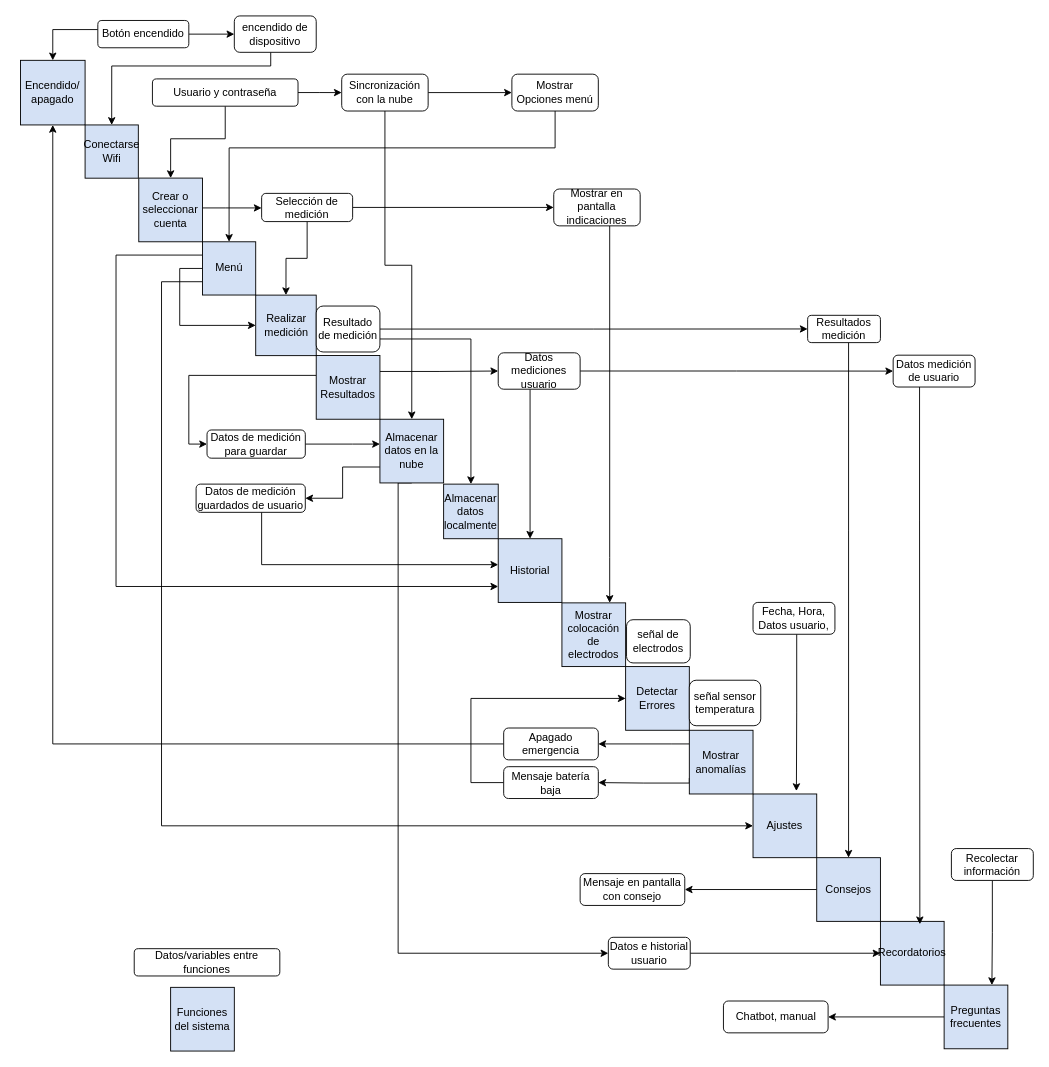
This is segunda_fase/Arquitecturas de software/Diagrama de InterfacesN2Chart.drawio from Angeloib98/BIATRONIC, a draw.io file, before an edit. Source tidied: cells renumbered, new cells numbered last; positions are measured from the earlier drawing's top-left corner, leaving out a move shared by most shapes. Both pictures are drawn from the tidied source at 91%, with x=0, y=0 at pixel (20, 15).
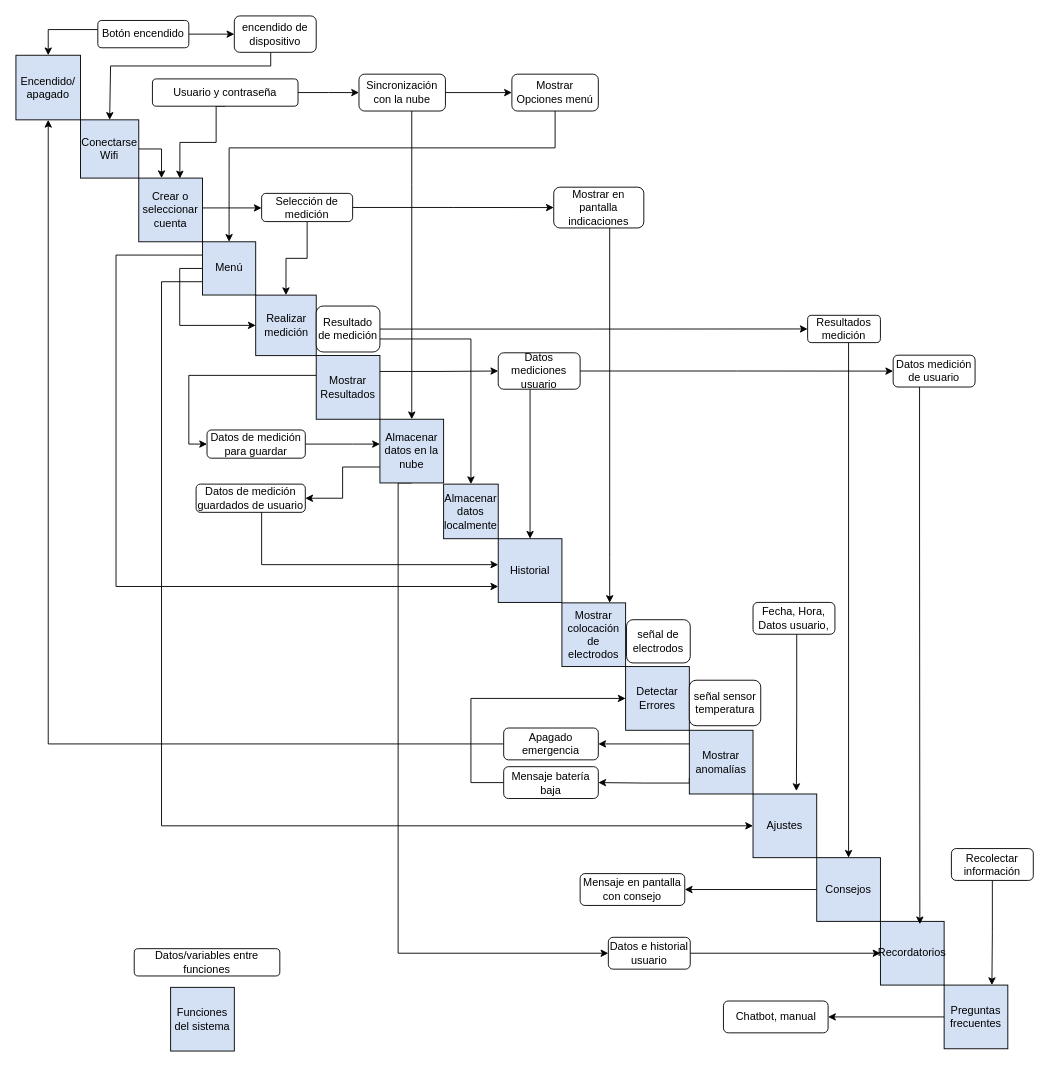
Above is the later version.

The change refers to these unchanged cells:
```xml
<mxCell id="3" value="Crear o seleccionar cuenta" style="whiteSpace=wrap;html=1;fillColor=#D4E1F5;" parent="1" vertex="1">
  <mxGeometry x="130" y="178.2" width="70" height="70" as="geometry" />
</mxCell>
<mxCell id="11" value="Almacenar datos en la nube" style="whiteSpace=wrap;html=1;fillColor=#D4E1F5;" parent="1" vertex="1">
  <mxGeometry x="395" y="443.2" width="70" height="70" as="geometry" />
</mxCell>
<mxCell id="22" value="Usuario y contraseña" style="rounded=1;whiteSpace=wrap;html=1;" parent="1" vertex="1">
  <mxGeometry x="145" y="69.2" width="160" height="30" as="geometry" />
</mxCell>
<mxCell id="60" value="Botón encendido" style="rounded=1;whiteSpace=wrap;html=1;" parent="1" vertex="1">
  <mxGeometry x="85" y="5" width="100" height="30" as="geometry" />
</mxCell>
<mxCell id="71" value="encendido de dispositivo" style="rounded=1;whiteSpace=wrap;html=1;" parent="1" vertex="1">
  <mxGeometry x="235" width="90" height="40" as="geometry" />
</mxCell>
```

The edit, as a diff of the source:
```diff
@@
+    <mxCell id="21" style="edgeStyle=orthogonalEdgeStyle;rounded=0;jettySize=auto;html=1;entryX=0;entryY=0.5;entryDx=0;entryDy=0;" parent="1" edge="1" source="22" target="63">
+      <mxGeometry relative="1" as="geometry" />
+    </mxCell>
-    <mxCell id="20" style="edgeStyle=orthogonalEdgeStyle;rounded=0;jettySize=auto;html=1;entryX=0.5;entryY=0;entryDx=0;entryDy=0;" parent="1" edge="1" source="22" target="3">
+    <mxCell id="20" style="edgeStyle=orthogonalEdgeStyle;rounded=0;jettySize=auto;html=1;exitX=0.5;exitY=1;exitDx=0;exitDy=0;entryX=0.645;entryY=0.005;entryDx=0;entryDy=0;entryPerimeter=0;" parent="1" edge="1" source="22" target="3">
       <mxGeometry relative="1" as="geometry">
         <Array as="points">
-          <mxPoint x="225" y="135" />
-          <mxPoint x="165" y="135" />
+          <mxPoint x="215" y="99" />
+          <mxPoint x="215" y="139" />
+          <mxPoint x="175" y="139" />
         </Array>
       </mxGeometry>
     </mxCell>
-    <mxCell id="21" style="edgeStyle=orthogonalEdgeStyle;rounded=0;jettySize=auto;html=1;entryX=0;entryY=0.5;entryDx=0;entryDy=0;" parent="1" edge="1" source="22" target="63">
-      <mxGeometry relative="1" as="geometry" />
-    </mxCell>
@@
     <mxCell id="40" value="Mostrar en pantalla indicaciones" style="rounded=1;whiteSpace=wrap;html=1;" parent="1" vertex="1">
-      <mxGeometry x="586" y="190.2" width="95" height="40.5" as="geometry" />
+      <mxGeometry x="586" y="188.2" width="99" height="44.8" as="geometry" />
     </mxCell>
@@
     <mxCell id="57" value="Encendido/&lt;br&gt;apagado" style="whiteSpace=wrap;html=1;fillColor=#D4E1F5;" parent="1" vertex="1">
-      <mxGeometry y="48.8" width="71" height="71" as="geometry" />
+      <mxGeometry x="-5" y="43.2" width="71" height="71" as="geometry" />
     </mxCell>
     <mxCell id="58" style="edgeStyle=orthogonalEdgeStyle;rounded=0;jettySize=auto;html=1;entryX=0.5;entryY=0;entryDx=0;entryDy=0;" parent="1" edge="1" source="60" target="57">
       <mxGeometry relative="1" as="geometry">
         <Array as="points">
-          <mxPoint x="35" y="15" />
+          <mxPoint x="30" y="15" />
         </Array>
       </mxGeometry>
     </mxCell>
@@
     <mxCell id="62" style="edgeStyle=orthogonalEdgeStyle;rounded=0;jettySize=auto;html=1;entryX=0.5;entryY=0;entryDx=0;entryDy=0;" parent="1" edge="1" source="63" target="11">
       <mxGeometry relative="1" as="geometry">
         <Array as="points">
-          <mxPoint x="401" y="274" />
-          <mxPoint x="430" y="274" />
+          <mxPoint x="430" y="185" />
+          <mxPoint x="430" y="185" />
         </Array>
       </mxGeometry>
     </mxCell>
     <mxCell id="63" value="Sincronización con la nube" style="rounded=1;whiteSpace=wrap;html=1;" parent="1" vertex="1">
-      <mxGeometry x="353" y="64" width="95" height="40.5" as="geometry" />
+      <mxGeometry x="372" y="64" width="95" height="40.5" as="geometry" />
     </mxCell>
@@
+    <mxCell id="78" style="edgeStyle=orthogonalEdgeStyle;rounded=0;jettySize=auto;html=1;" parent="1" edge="1" source="67" target="3">
+      <mxGeometry relative="1" as="geometry">
+        <Array as="points">
+          <mxPoint x="155" y="146" />
+        </Array>
+      </mxGeometry>
+    </mxCell>
     <mxCell id="67" value="Conectarse Wifi" style="whiteSpace=wrap;html=1;fillColor=#D4E1F5;" parent="1" vertex="1">
-      <mxGeometry x="71" y="119.8" width="58.5" height="58.5" as="geometry" />
+      <mxGeometry x="66" y="114.2" width="64" height="64" as="geometry" />
     </mxCell>
@@
     <mxCell id="70" style="edgeStyle=orthogonalEdgeStyle;rounded=0;jettySize=auto;html=1;entryX=0.5;entryY=0;entryDx=0;entryDy=0;" parent="1" edge="1" source="71" target="67">
       <mxGeometry relative="1" as="geometry">
         <Array as="points">
           <mxPoint x="275" y="55" />
-          <mxPoint x="100" y="55" />
+          <mxPoint x="99" y="55" />
         </Array>
       </mxGeometry>
     </mxCell>
```
